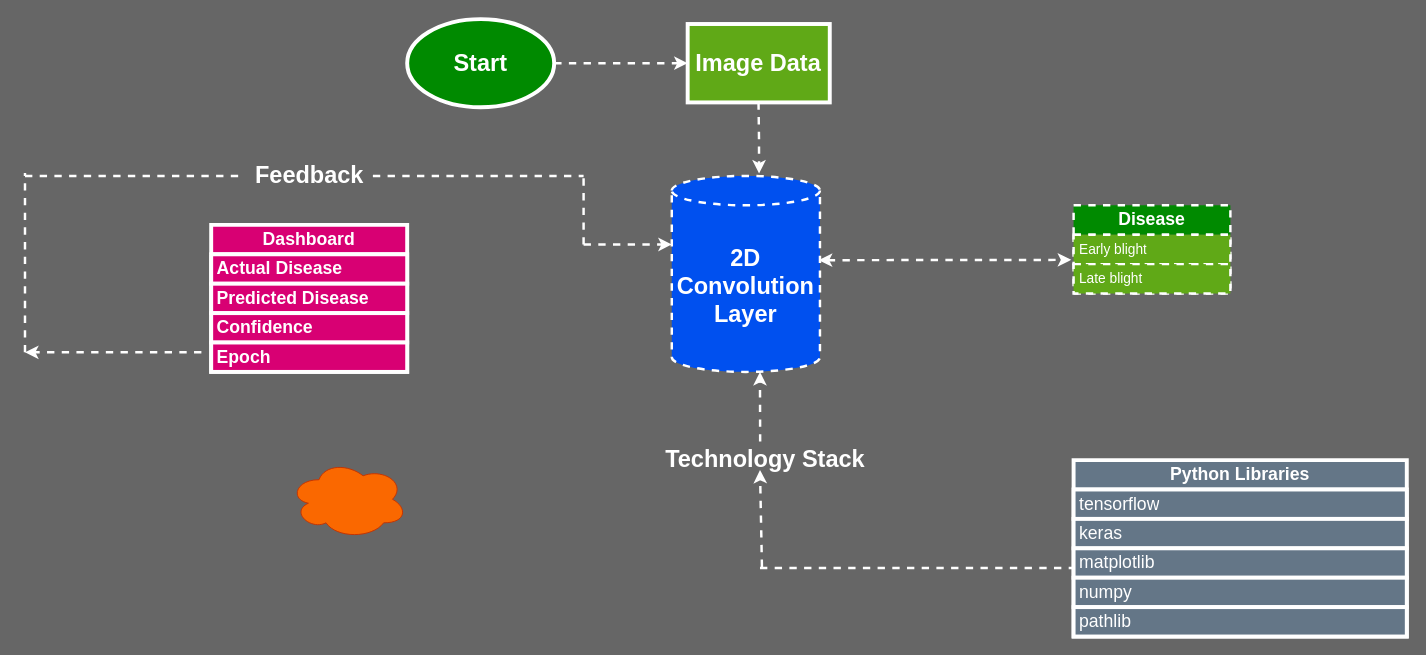
Earlier version of the draw.io diagram CNN Arch-Disease.drawio (sanils2002/Potato-Leaf-Disease). Source tidied: cells renumbered, new cells numbered last; positions are measured from the earlier drawing's top-left corner, leaving out a move shared by most shapes. Both pictures are drawn from the tidied source at 98%, with x=0, y=0 at pixel (24, 19).
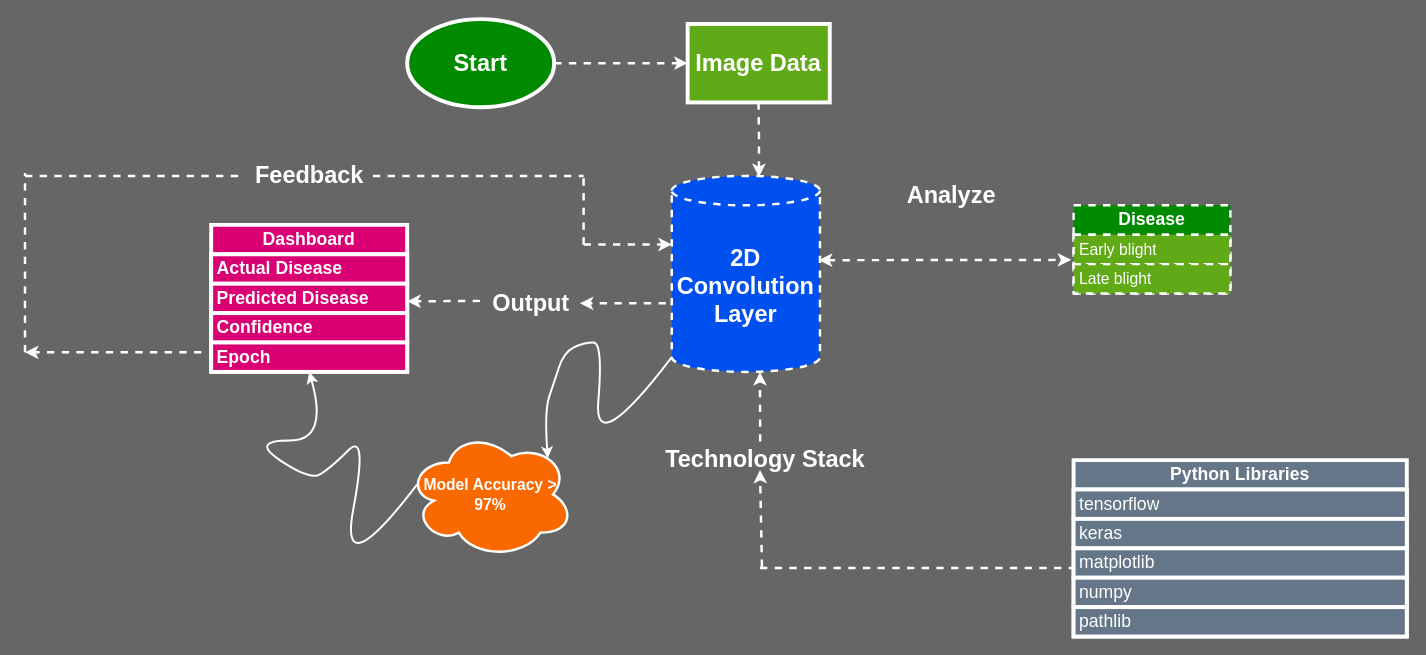
Above is the later version.

Unchanged cells that the change refers to:
```xml
<mxCell id="2" value="&lt;b&gt;&lt;font style=&quot;font-size: 24px;&quot;&gt;2D Convolution Layer&lt;/font&gt;&lt;/b&gt;" style="shape=cylinder3;whiteSpace=wrap;html=1;boundedLbl=1;backgroundOutline=1;size=15;fillColor=#0050ef;fontColor=#ffffff;strokeColor=#FFFFFF;strokeWidth=2.5;dashed=1;" parent="1" vertex="1">
  <mxGeometry x="660" y="160" width="151.2" height="200" as="geometry" />
</mxCell>
<mxCell id="3" value="&lt;b&gt;&lt;font style=&quot;font-size: 18px;&quot;&gt;Disease&lt;/font&gt;&lt;/b&gt;" style="swimlane;fontStyle=0;horizontal=1;startSize=30;whiteSpace=wrap;html=1;fillColor=#008a00;fontColor=#ffffff;strokeColor=#FFFFFF;strokeWidth=2.5;dashed=1;" parent="1" vertex="1">
  <mxGeometry x="1070" y="190" width="160" height="90" as="geometry" />
</mxCell>
<mxCell id="21" value="&lt;font style=&quot;font-size: 18px;&quot;&gt;&lt;b&gt;Dashboard&lt;/b&gt;&lt;/font&gt;" style="swimlane;fontStyle=0;horizontal=1;startSize=30;whiteSpace=wrap;html=1;fillColor=#d80073;strokeColor=#FFFFFF;strokeWidth=4;fontColor=#ffffff;" parent="1" vertex="1">
  <mxGeometry x="190" y="210" width="200" height="150" as="geometry" />
</mxCell>
```

Diff of the diagram source:
```diff
@@
-    <mxCell id="4" value="&lt;font style=&quot;font-size: 14px;&quot; color=&quot;#ffffff&quot;&gt;Early blight&lt;/font&gt;" style="text;strokeColor=#FFFFFF;fillColor=#60a917;align=left;verticalAlign=middle;spacingLeft=4;spacingRight=4;overflow=hidden;points=[[0,0.5],[1,0.5]];portConstraint=eastwest;whiteSpace=wrap;html=1;fontColor=#ffffff;strokeWidth=2.5;dashed=1;" parent="3" vertex="1">
+    <mxCell id="4" value="&lt;font style=&quot;font-size: 16px;&quot; color=&quot;#ffffff&quot;&gt;Early blight&lt;/font&gt;" style="text;strokeColor=#FFFFFF;fillColor=#60a917;align=left;verticalAlign=middle;spacingLeft=4;spacingRight=4;overflow=hidden;points=[[0,0.5],[1,0.5]];portConstraint=eastwest;whiteSpace=wrap;html=1;fontColor=#ffffff;strokeWidth=2.5;dashed=1;" parent="3" vertex="1">
       <mxGeometry y="30" width="160" height="30" as="geometry" />
     </mxCell>
-    <mxCell id="5" value="&lt;font style=&quot;font-size: 14px;&quot; color=&quot;#ffffff&quot;&gt;Late blight&lt;/font&gt;" style="text;strokeColor=#FFFFFF;fillColor=#60a917;align=left;verticalAlign=middle;spacingLeft=4;spacingRight=4;overflow=hidden;whiteSpace=wrap;html=1;fontColor=#ffffff;strokeWidth=2.5;dashed=1;" parent="3" vertex="1">
+    <mxCell id="5" value="&lt;font style=&quot;font-size: 16px;&quot; color=&quot;#ffffff&quot;&gt;Late blight&lt;/font&gt;" style="text;strokeColor=#FFFFFF;fillColor=#60a917;align=left;verticalAlign=middle;spacingLeft=4;spacingRight=4;overflow=hidden;whiteSpace=wrap;html=1;fontColor=#ffffff;strokeWidth=2.5;dashed=1;" parent="3" vertex="1">
       <mxGeometry y="60" width="160" height="30" as="geometry" />
     </mxCell>
@@
-    <mxCell id="19" style="edgeStyle=orthogonalEdgeStyle;rounded=0;jettySize=auto;html=1;exitX=0.5;exitY=1;exitDx=0;exitDy=0;strokeWidth=2.5;strokeColor=#FFFFFF;dashed=1;entryX=0.589;entryY=-0.012;entryDx=0;entryDy=0;entryPerimeter=0;" parent="1" edge="1" target="2">
+    <mxCell id="19" style="edgeStyle=orthogonalEdgeStyle;rounded=0;jettySize=auto;html=1;exitX=0.5;exitY=1;exitDx=0;exitDy=0;strokeWidth=2.5;strokeColor=#FFFFFF;dashed=1;entryX=0.588;entryY=0.006;entryDx=0;entryDy=0;entryPerimeter=0;" parent="1" edge="1" target="2">
       <mxGeometry relative="1" as="geometry">
         <mxPoint x="748.5" y="85" as="sourcePoint" />
       </mxGeometry>
     </mxCell>
@@
-    <mxCell id="33" style="ellipse;shape=cloud;whiteSpace=wrap;html=1;fillColor=#fa6800;fontColor=#000000;strokeColor=#C73500;" parent="1" vertex="1">
-      <mxGeometry x="270" y="450" width="120" height="80" as="geometry" />
+    <mxCell id="33" value="&lt;font style=&quot;font-size: 16px;&quot; color=&quot;#ffffff&quot;&gt;&lt;b&gt;Model Accuracy &amp;gt; 97%&lt;/b&gt;&lt;/font&gt;" style="ellipse;shape=cloud;whiteSpace=wrap;html=1;fillColor=#fa6800;fontColor=#000000;strokeColor=#FFFFFF;strokeWidth=2.5;" parent="1" vertex="1">
+      <mxGeometry x="390" y="420" width="170" height="130" as="geometry" />
     </mxCell>
+    <mxCell id="34" style="curved=1;endArrow=classic;html=1;rounded=0;exitX=0;exitY=1;exitDx=0;exitDy=-15;exitPerimeter=0;entryX=0.844;entryY=0.217;entryDx=0;entryDy=0;entryPerimeter=0;strokeColor=#FFFFFF;strokeWidth=2;" parent="1" edge="1" source="2" target="33">
+      <mxGeometry relative="1" as="geometry">
+        <Array as="points">
+          <mxPoint x="580" y="450" />
+          <mxPoint x="590" y="330" />
+          <mxPoint x="570" y="330" />
+          <mxPoint x="550" y="340" />
+          <mxPoint x="540" y="370" />
+          <mxPoint x="530" y="400" />
+        </Array>
+      </mxGeometry>
+    </mxCell>
+    <mxCell id="35" style="endArrow=classic;html=1;rounded=0;strokeWidth=2.5;strokeColor=#FFFFFF;entryX=1;entryY=0.5;entryDx=0;entryDy=0;dashed=1;exitX=-0.017;exitY=0.438;exitDx=0;exitDy=0;exitPerimeter=0;" parent="1" edge="1" source="37">
+      <mxGeometry relative="1" as="geometry">
+        <mxPoint x="390" y="288" as="targetPoint" />
+      </mxGeometry>
+    </mxCell>
+    <mxCell id="36" style="endArrow=classic;html=1;rounded=0;exitX=-0.04;exitY=0.65;exitDx=0;exitDy=0;exitPerimeter=0;strokeWidth=2.5;strokeColor=#FFFFFF;dashed=1;entryX=1.002;entryY=0.5;entryDx=0;entryDy=0;entryPerimeter=0;" parent="1" edge="1" source="2" target="37">
+      <mxGeometry relative="1" as="geometry" />
+    </mxCell>
+    <mxCell id="37" value="&lt;font color=&quot;#ffffff&quot; style=&quot;font-size: 24px;&quot;&gt;&lt;b&gt;Output&lt;/b&gt;&lt;/font&gt;" style="text;html=1;align=center;verticalAlign=middle;points=[];strokeColor=none;fillColor=none;" parent="1" vertex="1">
+      <mxGeometry x="466" y="270" width="100" height="40" as="geometry" />
+    </mxCell>
+    <mxCell id="38" value="&lt;font color=&quot;#ffffff&quot; style=&quot;font-size: 24px;&quot;&gt;&lt;b&gt;Analyze&lt;/b&gt;&lt;/font&gt;" style="text;html=1;align=center;verticalAlign=middle;strokeColor=none;fillColor=none;" parent="1" vertex="1">
+      <mxGeometry x="890" y="160" width="110" height="40" as="geometry" />
+    </mxCell>
+    <mxCell id="39" style="curved=1;endArrow=classic;html=1;rounded=0;exitX=0;exitY=1;exitDx=0;exitDy=-15;exitPerimeter=0;entryX=0.5;entryY=1;entryDx=0;entryDy=0;strokeColor=#FFFFFF;strokeWidth=2;" parent="1" edge="1" target="21">
+      <mxGeometry relative="1" as="geometry">
+        <mxPoint x="400" y="475" as="sourcePoint" />
+        <Array as="points">
+          <mxPoint x="320" y="580" />
+          <mxPoint x="350" y="420" />
+          <mxPoint x="310" y="460" />
+          <mxPoint x="290" y="470" />
+          <mxPoint x="230" y="430" />
+          <mxPoint x="310" y="430" />
+        </Array>
+      </mxGeometry>
+    </mxCell>
```
